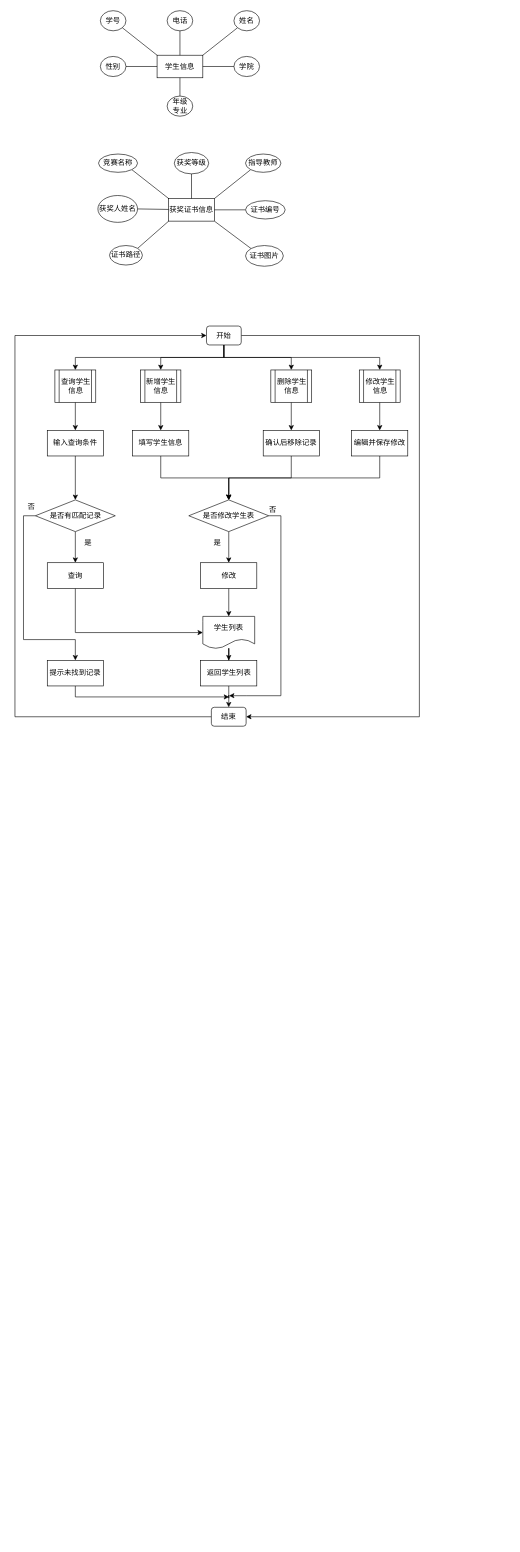
The draw.io diagram 算法/区块链课设.drawio in xyshawy/DRAW, before the edit. Source tidied: cells renumbered, new cells numbered last; positions are measured from the earlier drawing's top-left corner, leaving out a move shared by most shapes. Both pictures are drawn from the tidied source at 61%, with x=0, y=0 at pixel (13, 10).
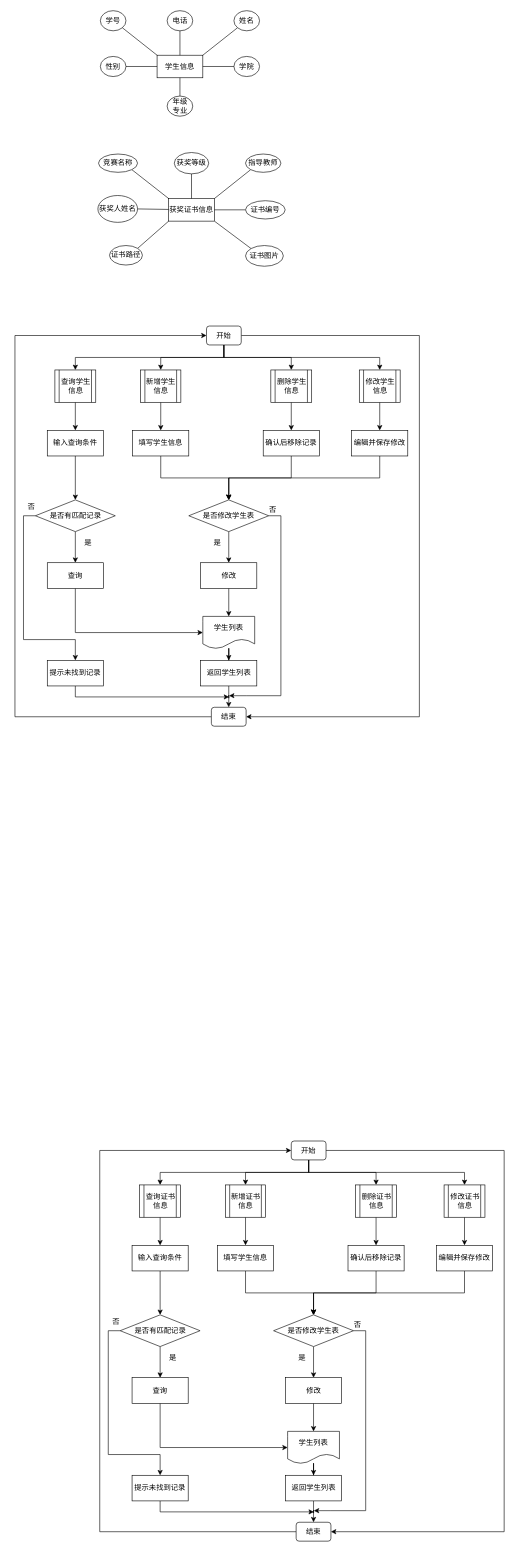
Above is the later version.

Commit message:
更新区块链课设.drawio

The edit, as a diff of the source:
```diff
@@
+    <mxCell id="74" style="edgeStyle=orthogonalEdgeStyle;rounded=0;jettySize=auto;html=1;exitX=0.5;exitY=1;exitDx=0;exitDy=0;entryX=0.5;entryY=0;entryDx=0;entryDy=0;" parent="1" edge="1" source="79" target="81">
+      <mxGeometry relative="1" as="geometry" />
+    </mxCell>
+    <mxCell id="75" style="edgeStyle=orthogonalEdgeStyle;rounded=0;jettySize=auto;html=1;exitX=0.5;exitY=1;exitDx=0;exitDy=0;" parent="1" edge="1" source="79" target="85">
+      <mxGeometry relative="1" as="geometry" />
+    </mxCell>
+    <mxCell id="76" style="edgeStyle=orthogonalEdgeStyle;rounded=0;jettySize=auto;html=1;exitX=0.5;exitY=1;exitDx=0;exitDy=0;" parent="1" edge="1" source="79" target="91">
+      <mxGeometry relative="1" as="geometry" />
+    </mxCell>
+    <mxCell id="77" style="edgeStyle=orthogonalEdgeStyle;rounded=0;jettySize=auto;html=1;exitX=0.5;exitY=1;exitDx=0;exitDy=0;" parent="1" edge="1" source="79" target="93">
+      <mxGeometry relative="1" as="geometry" />
+    </mxCell>
+    <mxCell id="78" style="edgeStyle=orthogonalEdgeStyle;rounded=0;jettySize=auto;html=1;exitX=1;exitY=0.5;exitDx=0;exitDy=0;entryX=1;entryY=0.5;entryDx=0;entryDy=0;" parent="1" edge="1" source="79" target="97">
+      <mxGeometry relative="1" as="geometry">
+        <Array as="points">
+          <mxPoint x="805" y="1869" />
+          <mxPoint x="805" y="2494" />
+        </Array>
+      </mxGeometry>
+    </mxCell>
+    <mxCell id="79" value="开始" style="rounded=1;whiteSpace=wrap;html=1;" parent="1" vertex="1">
+      <mxGeometry x="456" y="1853" width="57" height="31" as="geometry" />
+    </mxCell>
+    <mxCell id="80" style="edgeStyle=orthogonalEdgeStyle;rounded=0;jettySize=auto;html=1;exitX=0.5;exitY=1;exitDx=0;exitDy=0;entryX=0.5;entryY=0;entryDx=0;entryDy=0;" parent="1" edge="1" source="81" target="87">
+      <mxGeometry relative="1" as="geometry" />
+    </mxCell>
+    <mxCell id="81" value="新增证书信息" style="shape=process;whiteSpace=wrap;html=1;backgroundOutline=1;" parent="1" vertex="1">
+      <mxGeometry x="348" y="1925" width="66" height="53" as="geometry" />
+    </mxCell>
+    <mxCell id="82" style="edgeStyle=orthogonalEdgeStyle;rounded=0;jettySize=auto;html=1;entryX=0.5;entryY=0;entryDx=0;entryDy=0;" parent="1" edge="1" source="83" target="99">
+      <mxGeometry relative="1" as="geometry" />
+    </mxCell>
+    <mxCell id="83" value="学生列表" style="shape=document;whiteSpace=wrap;html=1;boundedLbl=1;" parent="1" vertex="1">
+      <mxGeometry x="450" y="2329" width="85" height="53" as="geometry" />
+    </mxCell>
+    <mxCell id="84" style="edgeStyle=orthogonalEdgeStyle;rounded=0;jettySize=auto;html=1;exitX=0.5;exitY=1;exitDx=0;exitDy=0;entryX=0.5;entryY=0;entryDx=0;entryDy=0;" parent="1" edge="1" source="85" target="89">
+      <mxGeometry relative="1" as="geometry" />
+    </mxCell>
+    <mxCell id="85" value="查询证书信息" style="shape=process;whiteSpace=wrap;html=1;backgroundOutline=1;" parent="1" vertex="1">
+      <mxGeometry x="207.5" y="1925" width="67" height="53" as="geometry" />
+    </mxCell>
+    <mxCell id="86" style="edgeStyle=orthogonalEdgeStyle;rounded=0;jettySize=auto;html=1;exitX=0.5;exitY=1;exitDx=0;exitDy=0;entryX=0.5;entryY=0;entryDx=0;entryDy=0;" parent="1" edge="1" source="87" target="104">
+      <mxGeometry relative="1" as="geometry" />
+    </mxCell>
+    <mxCell id="87" value="填写学生信息" style="rounded=0;whiteSpace=wrap;html=1;" parent="1" vertex="1">
+      <mxGeometry x="335" y="2024" width="92" height="42" as="geometry" />
+    </mxCell>
+    <mxCell id="88" style="edgeStyle=orthogonalEdgeStyle;rounded=0;jettySize=auto;html=1;exitX=0.5;exitY=1;exitDx=0;exitDy=0;entryX=0.5;entryY=0;entryDx=0;entryDy=0;" parent="1" edge="1" source="89" target="111">
+      <mxGeometry relative="1" as="geometry" />
+    </mxCell>
+    <mxCell id="89" value="输入查询条件" style="rounded=0;whiteSpace=wrap;html=1;" parent="1" vertex="1">
+      <mxGeometry x="195" y="2024" width="92" height="42" as="geometry" />
+    </mxCell>
+    <mxCell id="90" style="edgeStyle=orthogonalEdgeStyle;rounded=0;jettySize=auto;html=1;exitX=0.5;exitY=1;exitDx=0;exitDy=0;" parent="1" edge="1" source="91" target="101">
+      <mxGeometry relative="1" as="geometry" />
+    </mxCell>
+    <mxCell id="91" value="删除证书信息" style="shape=process;whiteSpace=wrap;html=1;backgroundOutline=1;" parent="1" vertex="1">
+      <mxGeometry x="561.5" y="1925" width="67" height="53" as="geometry" />
+    </mxCell>
+    <mxCell id="92" style="edgeStyle=orthogonalEdgeStyle;rounded=0;jettySize=auto;html=1;exitX=0.5;exitY=1;exitDx=0;exitDy=0;" parent="1" edge="1" source="93" target="95">
+      <mxGeometry relative="1" as="geometry" />
+    </mxCell>
+    <mxCell id="93" value="修改证书信息" style="shape=process;whiteSpace=wrap;html=1;backgroundOutline=1;" parent="1" vertex="1">
+      <mxGeometry x="706.5" y="1925" width="67" height="53" as="geometry" />
+    </mxCell>
+    <mxCell id="94" style="edgeStyle=orthogonalEdgeStyle;rounded=0;jettySize=auto;html=1;exitX=0.5;exitY=1;exitDx=0;exitDy=0;entryX=0.5;entryY=0;entryDx=0;entryDy=0;" parent="1" edge="1" source="95" target="104">
+      <mxGeometry relative="1" as="geometry" />
+    </mxCell>
+    <mxCell id="95" value="编辑并保存修改" style="rounded=0;whiteSpace=wrap;html=1;" parent="1" vertex="1">
+      <mxGeometry x="694" y="2024" width="92" height="42" as="geometry" />
+    </mxCell>
+    <mxCell id="96" style="edgeStyle=orthogonalEdgeStyle;rounded=0;jettySize=auto;html=1;entryX=0;entryY=0.5;entryDx=0;entryDy=0;" parent="1" edge="1" source="97" target="79">
+      <mxGeometry relative="1" as="geometry">
+        <Array as="points">
+          <mxPoint x="142" y="2494" />
+          <mxPoint x="142" y="1869" />
+        </Array>
+      </mxGeometry>
+    </mxCell>
+    <mxCell id="97" value="结束" style="rounded=1;whiteSpace=wrap;html=1;" parent="1" vertex="1">
+      <mxGeometry x="464" y="2478" width="57" height="31" as="geometry" />
+    </mxCell>
+    <mxCell id="98" style="edgeStyle=orthogonalEdgeStyle;rounded=0;jettySize=auto;html=1;exitX=0.5;exitY=1;exitDx=0;exitDy=0;" parent="1" edge="1" source="99" target="97">
+      <mxGeometry relative="1" as="geometry" />
+    </mxCell>
+    <mxCell id="99" value="返回学生列表" style="rounded=0;whiteSpace=wrap;html=1;" parent="1" vertex="1">
+      <mxGeometry x="446.5" y="2401" width="92" height="42" as="geometry" />
+    </mxCell>
+    <mxCell id="100" style="edgeStyle=orthogonalEdgeStyle;rounded=0;jettySize=auto;html=1;exitX=0.5;exitY=1;exitDx=0;exitDy=0;" parent="1" edge="1" source="101" target="104">
+      <mxGeometry relative="1" as="geometry" />
+    </mxCell>
+    <mxCell id="101" value="确认后移除记录" style="rounded=0;whiteSpace=wrap;html=1;" parent="1" vertex="1">
+      <mxGeometry x="549" y="2024" width="92" height="42" as="geometry" />
+    </mxCell>
+    <mxCell id="102" style="edgeStyle=orthogonalEdgeStyle;rounded=0;jettySize=auto;html=1;exitX=0.5;exitY=1;exitDx=0;exitDy=0;entryX=0.5;entryY=0;entryDx=0;entryDy=0;" parent="1" edge="1" source="104" target="108">
+      <mxGeometry relative="1" as="geometry" />
+    </mxCell>
+    <mxCell id="103" style="edgeStyle=orthogonalEdgeStyle;rounded=0;jettySize=auto;html=1;" parent="1" edge="1" source="104">
+      <mxGeometry relative="1" as="geometry">
+        <mxPoint x="493" y="2459" as="targetPoint" />
+        <Array as="points">
+          <mxPoint x="578" y="2164" />
+          <mxPoint x="578" y="2459" />
+          <mxPoint x="521" y="2459" />
+        </Array>
+      </mxGeometry>
+    </mxCell>
+    <mxCell id="104" value="是否修改学生表" style="rhombus;whiteSpace=wrap;html=1;" parent="1" vertex="1">
+      <mxGeometry x="427" y="2138" width="131" height="52" as="geometry" />
+    </mxCell>
+    <mxCell id="105" value="否" style="text;html=1;align=center;verticalAlign=middle;whiteSpace=wrap;rounded=0;" parent="1" vertex="1">
+      <mxGeometry x="535" y="2140" width="60" height="30" as="geometry" />
+    </mxCell>
+    <mxCell id="106" value="是" style="text;html=1;align=center;verticalAlign=middle;whiteSpace=wrap;rounded=0;" parent="1" vertex="1">
+      <mxGeometry x="444" y="2194" width="60" height="30" as="geometry" />
+    </mxCell>
+    <mxCell id="107" style="edgeStyle=orthogonalEdgeStyle;rounded=0;jettySize=auto;html=1;exitX=0.5;exitY=1;exitDx=0;exitDy=0;" parent="1" edge="1" source="108" target="83">
+      <mxGeometry relative="1" as="geometry" />
+    </mxCell>
+    <mxCell id="108" value="修改" style="rounded=0;whiteSpace=wrap;html=1;" parent="1" vertex="1">
+      <mxGeometry x="446.5" y="2241" width="92" height="42" as="geometry" />
+    </mxCell>
+    <mxCell id="109" style="edgeStyle=orthogonalEdgeStyle;rounded=0;jettySize=auto;html=1;exitX=0.5;exitY=1;exitDx=0;exitDy=0;entryX=0.5;entryY=0;entryDx=0;entryDy=0;" parent="1" edge="1" source="111" target="113">
+      <mxGeometry relative="1" as="geometry" />
+    </mxCell>
+    <mxCell id="110" style="edgeStyle=orthogonalEdgeStyle;rounded=0;jettySize=auto;html=1;exitX=0;exitY=0.5;exitDx=0;exitDy=0;entryX=0.5;entryY=0;entryDx=0;entryDy=0;" parent="1" edge="1" source="111" target="116">
+      <mxGeometry relative="1" as="geometry">
+        <Array as="points">
+          <mxPoint x="156" y="2164" />
+          <mxPoint x="156" y="2367" />
+          <mxPoint x="241" y="2367" />
+        </Array>
+      </mxGeometry>
+    </mxCell>
+    <mxCell id="111" value="是否有匹配记录" style="rhombus;whiteSpace=wrap;html=1;" parent="1" vertex="1">
+      <mxGeometry x="175.5" y="2138" width="131" height="52" as="geometry" />
+    </mxCell>
+    <mxCell id="112" style="edgeStyle=orthogonalEdgeStyle;rounded=0;jettySize=auto;html=1;exitX=0.5;exitY=1;exitDx=0;exitDy=0;entryX=0;entryY=0.5;entryDx=0;entryDy=0;" parent="1" edge="1" source="113" target="83">
+      <mxGeometry relative="1" as="geometry" />
+    </mxCell>
+    <mxCell id="113" value="查询" style="rounded=0;whiteSpace=wrap;html=1;" parent="1" vertex="1">
+      <mxGeometry x="195" y="2241" width="92" height="42" as="geometry" />
+    </mxCell>
+    <mxCell id="114" value="是" style="text;html=1;align=center;verticalAlign=middle;whiteSpace=wrap;rounded=0;" parent="1" vertex="1">
+      <mxGeometry x="232" y="2194" width="60" height="30" as="geometry" />
+    </mxCell>
+    <mxCell id="115" style="edgeStyle=orthogonalEdgeStyle;rounded=0;jettySize=auto;html=1;exitX=0.5;exitY=1;exitDx=0;exitDy=0;" parent="1" edge="1" source="116">
+      <mxGeometry relative="1" as="geometry">
+        <mxPoint x="493" y="2461" as="targetPoint" />
+        <Array as="points">
+          <mxPoint x="241" y="2461" />
+        </Array>
+      </mxGeometry>
+    </mxCell>
+    <mxCell id="116" value="提示未找到记录" style="rounded=0;whiteSpace=wrap;html=1;" parent="1" vertex="1">
+      <mxGeometry x="195" y="2401" width="92" height="42" as="geometry" />
+    </mxCell>
+    <mxCell id="117" value="否" style="text;html=1;align=center;verticalAlign=middle;whiteSpace=wrap;rounded=0;" parent="1" vertex="1">
+      <mxGeometry x="139" y="2135" width="60" height="30" as="geometry" />
+    </mxCell>
```
